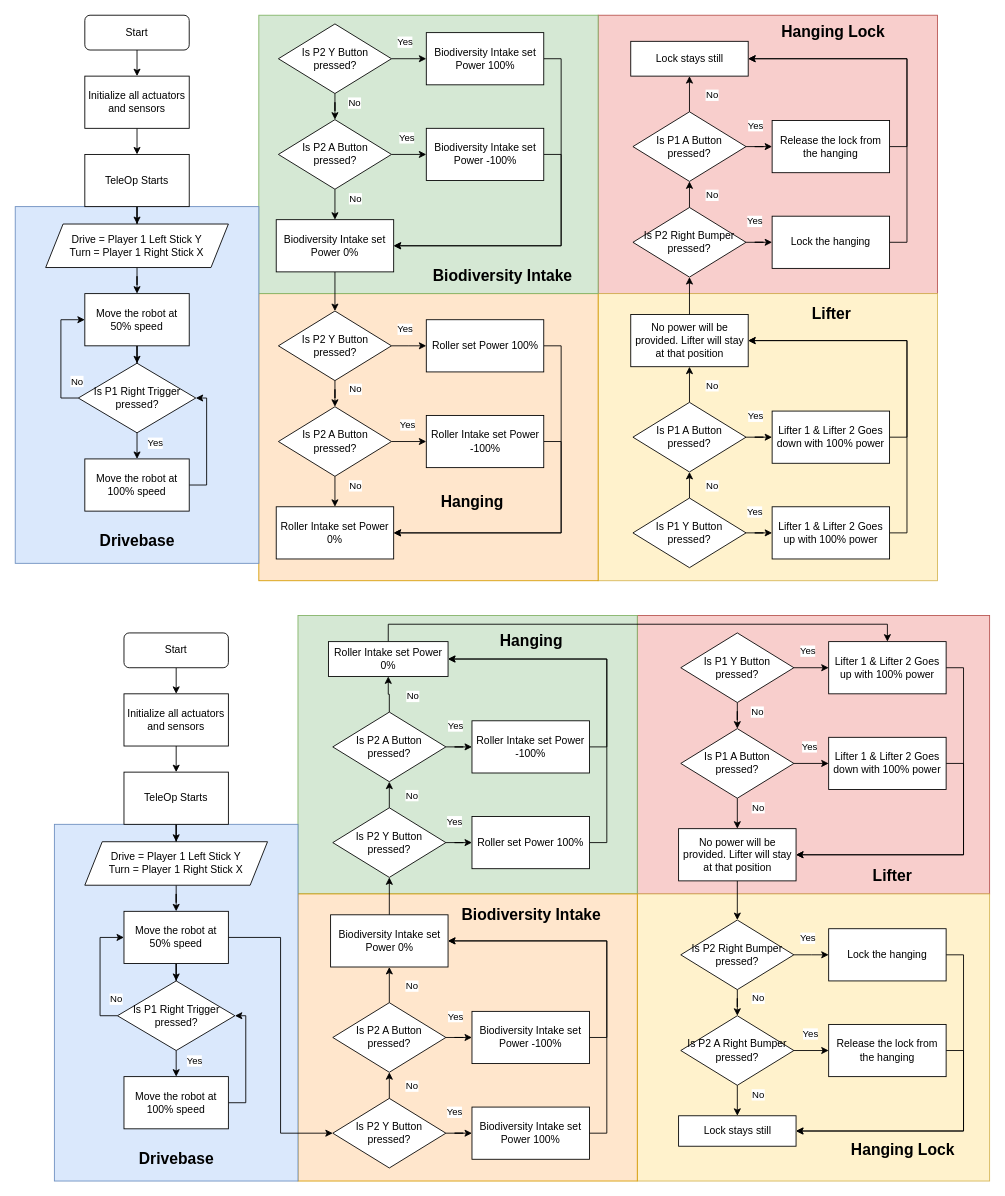
CoderAhza/FTC-FGC keeps this draw.io diagram as Untitled Diagram.drawio. Above is the earlier version. Source tidied: cells renumbered, new cells numbered last; positions are measured from the earlier drawing's top-left corner, leaving out a move shared by most shapes. Both pictures are drawn from the tidied source at 87%, with x=0, y=0 at pixel (15, 15).
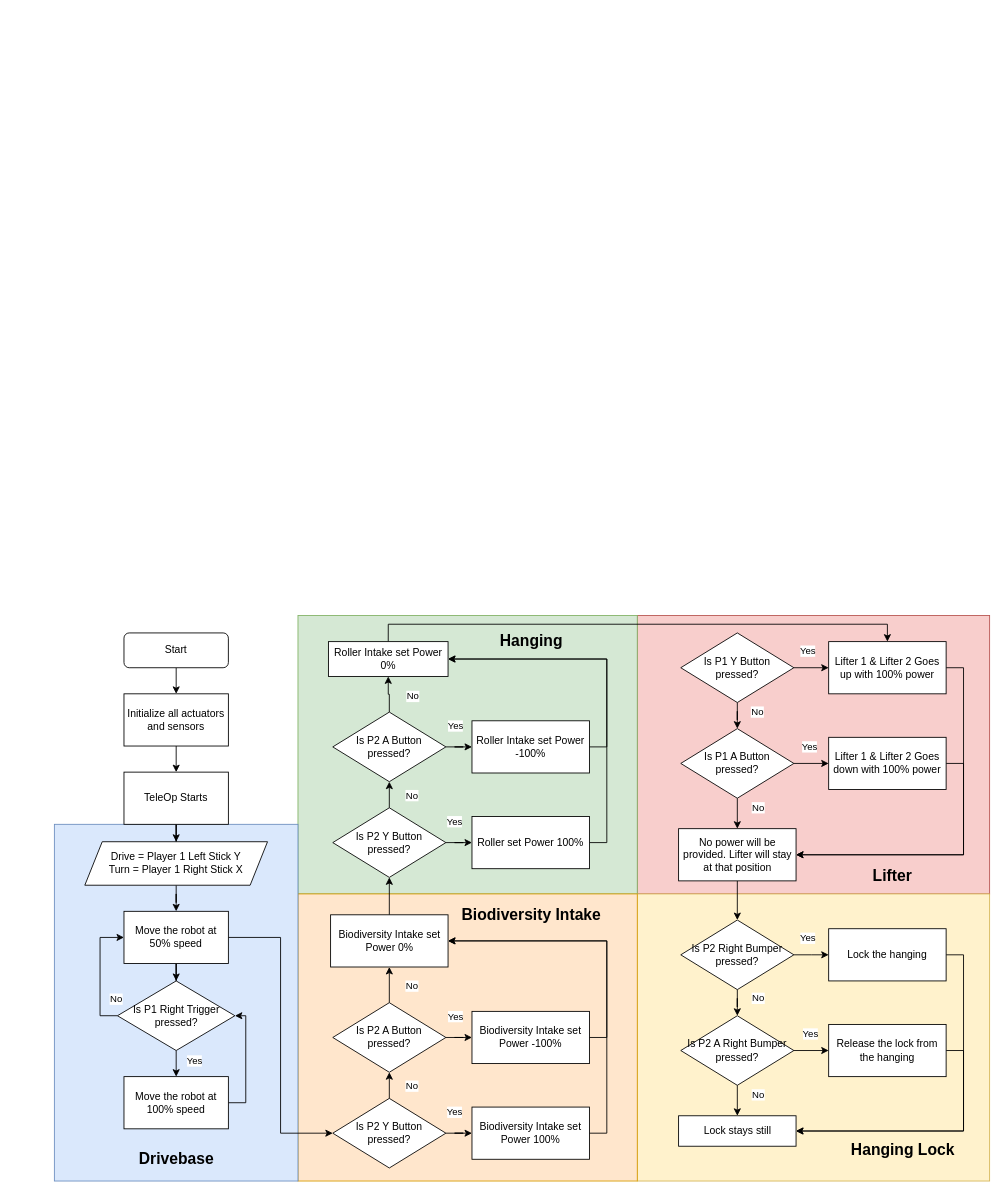
The same page after the edit.

Change to the diagram source:
```diff
@@
-    <mxCell id="4" style="rounded=0;whiteSpace=wrap;html=1;fillColor=#f8cecc;strokeColor=#b85450;" parent="1" vertex="1">
-      <mxGeometry x="670" width="390" height="320" as="geometry" />
-    </mxCell>
-    <mxCell id="5" style="rounded=0;whiteSpace=wrap;html=1;fillColor=#fff2cc;strokeColor=#d6b656;" parent="1" vertex="1">
-      <mxGeometry x="670" y="320" width="390" height="330" as="geometry" />
-    </mxCell>
-    <mxCell id="6" style="rounded=0;whiteSpace=wrap;html=1;fillColor=#ffe6cc;strokeColor=#d79b00;" parent="1" vertex="1">
-      <mxGeometry x="280" y="320" width="390" height="330" as="geometry" />
-    </mxCell>
-    <mxCell id="7" style="rounded=0;whiteSpace=wrap;html=1;fillColor=#d5e8d4;strokeColor=#82b366;" parent="1" vertex="1">
-      <mxGeometry x="280" width="390" height="320" as="geometry" />
-    </mxCell>
-    <mxCell id="8" style="rounded=0;whiteSpace=wrap;html=1;fillColor=#dae8fc;strokeColor=#6c8ebf;" parent="1" vertex="1">
-      <mxGeometry y="220" width="280" height="410" as="geometry" />
-    </mxCell>
-    <mxCell id="9" style="edgeStyle=orthogonalEdgeStyle;rounded=0;jettySize=auto;html=1;exitX=0.5;exitY=1;exitDx=0;exitDy=0;entryX=0.5;entryY=0;entryDx=0;entryDy=0;" parent="1" edge="1" source="10" target="12">
-      <mxGeometry relative="1" as="geometry" />
-    </mxCell>
-    <mxCell id="10" value="Start" style="rounded=1;whiteSpace=wrap;html=1;fontSize=12;glass=0;strokeWidth=1;shadow=0;" parent="1" vertex="1">
-      <mxGeometry x="80" width="120" height="40" as="geometry" />
-    </mxCell>
-    <mxCell id="11" style="edgeStyle=orthogonalEdgeStyle;rounded=0;jettySize=auto;html=1;exitX=0.5;exitY=1;exitDx=0;exitDy=0;entryX=0.5;entryY=0;entryDx=0;entryDy=0;" parent="1" edge="1" source="12" target="14">
-      <mxGeometry relative="1" as="geometry" />
-    </mxCell>
-    <mxCell id="12" value="Initialize all actuators and sensors" style="rounded=0;whiteSpace=wrap;html=1;" parent="1" vertex="1">
-      <mxGeometry x="80" y="70" width="120" height="60" as="geometry" />
-    </mxCell>
-    <mxCell id="13" style="edgeStyle=orthogonalEdgeStyle;rounded=0;jettySize=auto;html=1;exitX=0.5;exitY=1;exitDx=0;exitDy=0;" parent="1" edge="1" source="14" target="16">
-      <mxGeometry relative="1" as="geometry" />
-    </mxCell>
-    <mxCell id="14" value="TeleOp Starts" style="rounded=0;whiteSpace=wrap;html=1;" parent="1" vertex="1">
-      <mxGeometry x="80" y="160" width="120" height="60" as="geometry" />
-    </mxCell>
-    <mxCell id="15" style="edgeStyle=orthogonalEdgeStyle;rounded=0;jettySize=auto;html=1;exitX=0.5;exitY=1;exitDx=0;exitDy=0;" parent="1" edge="1" source="16" target="18">
-      <mxGeometry relative="1" as="geometry" />
-    </mxCell>
-    <mxCell id="16" value="Drive = Player 1 Left Stick Y&lt;div&gt;Turn = Player 1 Right Stick X&lt;/div&gt;" style="shape=parallelogram;perimeter=parallelogramPerimeter;whiteSpace=wrap;html=1;fixedSize=1;" parent="1" vertex="1">
-      <mxGeometry x="35" y="240" width="210" height="50" as="geometry" />
-    </mxCell>
-    <mxCell id="17" style="edgeStyle=orthogonalEdgeStyle;rounded=0;jettySize=auto;html=1;exitX=0.5;exitY=1;exitDx=0;exitDy=0;" parent="1" edge="1" source="18" target="25">
-      <mxGeometry relative="1" as="geometry" />
-    </mxCell>
-    <mxCell id="18" value="Move the robot at 50% speed" style="rounded=0;whiteSpace=wrap;html=1;" parent="1" vertex="1">
-      <mxGeometry x="80" y="320" width="120" height="60" as="geometry" />
-    </mxCell>
-    <mxCell id="19" style="edgeStyle=orthogonalEdgeStyle;rounded=0;jettySize=auto;html=1;exitX=1;exitY=0.5;exitDx=0;exitDy=0;entryX=1;entryY=0.5;entryDx=0;entryDy=0;" parent="1" edge="1" source="20" target="25">
-      <mxGeometry relative="1" as="geometry" />
-    </mxCell>
-    <mxCell id="20" value="Move the robot at 100% speed" style="rounded=0;whiteSpace=wrap;html=1;" parent="1" vertex="1">
-      <mxGeometry x="80" y="510" width="120" height="60" as="geometry" />
-    </mxCell>
-    <mxCell id="21" style="edgeStyle=orthogonalEdgeStyle;rounded=0;jettySize=auto;html=1;exitX=0;exitY=0.5;exitDx=0;exitDy=0;entryX=0;entryY=0.5;entryDx=0;entryDy=0;" parent="1" edge="1" source="25" target="18">
-      <mxGeometry relative="1" as="geometry" />
-    </mxCell>
-    <mxCell id="22" value="No" style="edgeLabel;html=1;align=center;verticalAlign=middle;" parent="21" vertex="1">
-      <mxGeometry x="-0.82" relative="1" as="geometry">
-        <mxPoint x="10" y="-20" as="offset" />
-      </mxGeometry>
-    </mxCell>
-    <mxCell id="23" style="edgeStyle=orthogonalEdgeStyle;rounded=0;jettySize=auto;html=1;exitX=0.5;exitY=1;exitDx=0;exitDy=0;entryX=0.5;entryY=0;entryDx=0;entryDy=0;" parent="1" edge="1" source="25" target="20">
-      <mxGeometry relative="1" as="geometry" />
-    </mxCell>
-    <mxCell id="24" value="Yes" style="edgeLabel;html=1;align=center;verticalAlign=middle;" parent="23" vertex="1">
-      <mxGeometry x="-0.26" y="1" relative="1" as="geometry">
-        <mxPoint x="19" as="offset" />
-      </mxGeometry>
-    </mxCell>
-    <mxCell id="25" value="Is P1 Right Trigger pressed?" style="rhombus;whiteSpace=wrap;html=1;" parent="1" vertex="1">
-      <mxGeometry x="72.5" y="400" width="135" height="80" as="geometry" />
-    </mxCell>
-    <mxCell id="26" style="edgeStyle=orthogonalEdgeStyle;rounded=0;jettySize=auto;html=1;exitX=1;exitY=0.5;exitDx=0;exitDy=0;entryX=0;entryY=0.5;entryDx=0;entryDy=0;" parent="1" edge="1" source="30" target="39">
-      <mxGeometry relative="1" as="geometry" />
-    </mxCell>
-    <mxCell id="27" value="Yes" style="edgeLabel;html=1;align=center;verticalAlign=middle;" parent="26" vertex="1">
-      <mxGeometry x="-0.23" y="-1" relative="1" as="geometry">
-        <mxPoint y="-21" as="offset" />
-      </mxGeometry>
-    </mxCell>
-    <mxCell id="28" style="edgeStyle=orthogonalEdgeStyle;rounded=0;jettySize=auto;html=1;exitX=0.5;exitY=1;exitDx=0;exitDy=0;" parent="1" edge="1" source="30" target="35">
-      <mxGeometry relative="1" as="geometry" />
-    </mxCell>
-    <mxCell id="29" value="No" style="edgeLabel;html=1;align=center;verticalAlign=middle;" parent="28" vertex="1">
-      <mxGeometry x="-0.8" relative="1" as="geometry">
-        <mxPoint x="22" y="5" as="offset" />
-      </mxGeometry>
-    </mxCell>
-    <mxCell id="30" value="Is P2 Y Button pressed?" style="rhombus;whiteSpace=wrap;html=1;" parent="1" vertex="1">
-      <mxGeometry x="302.5" y="10" width="130" height="80" as="geometry" />
-    </mxCell>
-    <mxCell id="31" style="edgeStyle=orthogonalEdgeStyle;rounded=0;jettySize=auto;html=1;exitX=1;exitY=0.5;exitDx=0;exitDy=0;entryX=0;entryY=0.5;entryDx=0;entryDy=0;" parent="1" edge="1" source="35" target="41">
-      <mxGeometry relative="1" as="geometry" />
-    </mxCell>
-    <mxCell id="32" value="Yes" style="edgeLabel;html=1;align=center;verticalAlign=middle;" parent="31" vertex="1">
-      <mxGeometry x="-0.65" y="3" relative="1" as="geometry">
-        <mxPoint x="10" y="-17" as="offset" />
-      </mxGeometry>
-    </mxCell>
-    <mxCell id="33" style="edgeStyle=orthogonalEdgeStyle;rounded=0;jettySize=auto;html=1;exitX=0.5;exitY=1;exitDx=0;exitDy=0;entryX=0.5;entryY=0;entryDx=0;entryDy=0;" parent="1" edge="1" source="35" target="37">
-      <mxGeometry relative="1" as="geometry" />
-    </mxCell>
-    <mxCell id="34" value="No" style="edgeLabel;html=1;align=center;verticalAlign=middle;" parent="33" vertex="1">
-      <mxGeometry x="-0.42" relative="1" as="geometry">
-        <mxPoint x="23" as="offset" />
-      </mxGeometry>
-    </mxCell>
-    <mxCell id="35" value="Is P2 A Button pressed?" style="rhombus;whiteSpace=wrap;html=1;" parent="1" vertex="1">
-      <mxGeometry x="302.5" y="120" width="130" height="80" as="geometry" />
-    </mxCell>
-    <mxCell id="36" style="edgeStyle=orthogonalEdgeStyle;rounded=0;jettySize=auto;html=1;exitX=0.5;exitY=1;exitDx=0;exitDy=0;entryX=0.5;entryY=0;entryDx=0;entryDy=0;" parent="1" edge="1" source="37" target="46">
-      <mxGeometry relative="1" as="geometry" />
-    </mxCell>
-    <mxCell id="37" value="Biodiversity Intake set Power 0%" style="rounded=0;whiteSpace=wrap;html=1;" parent="1" vertex="1">
-      <mxGeometry x="300" y="235" width="135" height="60" as="geometry" />
-    </mxCell>
-    <mxCell id="38" style="edgeStyle=orthogonalEdgeStyle;rounded=0;jettySize=auto;html=1;exitX=1;exitY=0.5;exitDx=0;exitDy=0;entryX=1;entryY=0.5;entryDx=0;entryDy=0;" parent="1" edge="1" source="39" target="37">
-      <mxGeometry relative="1" as="geometry" />
-    </mxCell>
-    <mxCell id="39" value="Biodiversity Intake set Power 100%" style="rounded=0;whiteSpace=wrap;html=1;" parent="1" vertex="1">
-      <mxGeometry x="472.5" y="20" width="135" height="60" as="geometry" />
-    </mxCell>
-    <mxCell id="40" style="edgeStyle=orthogonalEdgeStyle;rounded=0;jettySize=auto;html=1;exitX=1;exitY=0.5;exitDx=0;exitDy=0;entryX=1;entryY=0.5;entryDx=0;entryDy=0;" parent="1" edge="1" source="41" target="37">
-      <mxGeometry relative="1" as="geometry" />
-    </mxCell>
-    <mxCell id="41" value="Biodiversity Intake set Power -100%" style="rounded=0;whiteSpace=wrap;html=1;" parent="1" vertex="1">
-      <mxGeometry x="472.5" y="130" width="135" height="60" as="geometry" />
-    </mxCell>
-    <mxCell id="42" style="edgeStyle=orthogonalEdgeStyle;rounded=0;jettySize=auto;html=1;exitX=1;exitY=0.5;exitDx=0;exitDy=0;entryX=0;entryY=0.5;entryDx=0;entryDy=0;" parent="1" edge="1" source="46">
-      <mxGeometry relative="1" as="geometry">
-        <mxPoint x="472.5" y="380" as="targetPoint" />
-      </mxGeometry>
-    </mxCell>
-    <mxCell id="43" value="Yes" style="edgeLabel;html=1;align=center;verticalAlign=middle;" parent="42" vertex="1">
-      <mxGeometry x="-0.25" y="2" relative="1" as="geometry">
-        <mxPoint y="-18" as="offset" />
-      </mxGeometry>
-    </mxCell>
-    <mxCell id="44" style="edgeStyle=orthogonalEdgeStyle;rounded=0;jettySize=auto;html=1;exitX=0.5;exitY=1;exitDx=0;exitDy=0;" parent="1" edge="1" source="46" target="51">
-      <mxGeometry relative="1" as="geometry" />
-    </mxCell>
-    <mxCell id="45" value="No" style="edgeLabel;html=1;align=center;verticalAlign=middle;" parent="44" vertex="1">
-      <mxGeometry x="-0.66" y="-1" relative="1" as="geometry">
-        <mxPoint x="24" as="offset" />
-      </mxGeometry>
-    </mxCell>
-    <mxCell id="46" value="Is P2 Y Button pressed?" style="rhombus;whiteSpace=wrap;html=1;" parent="1" vertex="1">
-      <mxGeometry x="302.5" y="340" width="130" height="80" as="geometry" />
-    </mxCell>
-    <mxCell id="47" style="edgeStyle=orthogonalEdgeStyle;rounded=0;jettySize=auto;html=1;exitX=1;exitY=0.5;exitDx=0;exitDy=0;entryX=0;entryY=0.5;entryDx=0;entryDy=0;" parent="1" edge="1" source="51" target="55">
-      <mxGeometry relative="1" as="geometry" />
-    </mxCell>
-    <mxCell id="48" value="Yes" style="edgeLabel;html=1;align=center;verticalAlign=middle;" parent="47" vertex="1">
-      <mxGeometry x="-0.37" y="-1" relative="1" as="geometry">
-        <mxPoint x="5" y="-21" as="offset" />
-      </mxGeometry>
-    </mxCell>
-    <mxCell id="49" style="edgeStyle=orthogonalEdgeStyle;rounded=0;jettySize=auto;html=1;exitX=0.5;exitY=1;exitDx=0;exitDy=0;entryX=0.5;entryY=0;entryDx=0;entryDy=0;" parent="1" edge="1" source="51" target="52">
-      <mxGeometry relative="1" as="geometry" />
-    </mxCell>
-    <mxCell id="50" value="No" style="edgeLabel;html=1;align=center;verticalAlign=middle;" parent="49" vertex="1">
-      <mxGeometry x="-0.43" relative="1" as="geometry">
-        <mxPoint x="23" as="offset" />
-      </mxGeometry>
-    </mxCell>
-    <mxCell id="51" value="Is P2 A Button pressed?" style="rhombus;whiteSpace=wrap;html=1;" parent="1" vertex="1">
-      <mxGeometry x="302.5" y="450" width="130" height="80" as="geometry" />
-    </mxCell>
-    <mxCell id="52" value="Roller Intake set Power 0%" style="rounded=0;whiteSpace=wrap;html=1;" parent="1" vertex="1">
-      <mxGeometry x="300" y="565" width="135" height="60" as="geometry" />
-    </mxCell>
-    <mxCell id="53" style="edgeStyle=orthogonalEdgeStyle;rounded=0;jettySize=auto;html=1;exitX=1;exitY=0.5;exitDx=0;exitDy=0;entryX=1;entryY=0.5;entryDx=0;entryDy=0;" parent="1" edge="1" source="59" target="52">
-      <mxGeometry relative="1" as="geometry" />
-    </mxCell>
-    <mxCell id="54" style="edgeStyle=orthogonalEdgeStyle;rounded=0;jettySize=auto;html=1;exitX=1;exitY=0.5;exitDx=0;exitDy=0;entryX=1;entryY=0.5;entryDx=0;entryDy=0;" parent="1" edge="1" source="55" target="52">
-      <mxGeometry relative="1" as="geometry" />
-    </mxCell>
-    <mxCell id="55" value="Roller Intake set Power -100%" style="rounded=0;whiteSpace=wrap;html=1;" parent="1" vertex="1">
-      <mxGeometry x="472.5" y="460" width="135" height="60" as="geometry" />
-    </mxCell>
-    <mxCell id="56" value="&lt;b&gt;&lt;font style=&quot;font-size: 18px;&quot;&gt;Drivebase&lt;/font&gt;&lt;/b&gt;" style="text;html=1;align=center;verticalAlign=middle;strokeColor=none;fillColor=none;" parent="1" vertex="1">
-      <mxGeometry x="85" y="585" width="110" height="40" as="geometry" />
-    </mxCell>
-    <mxCell id="57" value="&lt;span style=&quot;font-size: 18px;&quot;&gt;&lt;b&gt;Biodiversity Intake&lt;/b&gt;&lt;/span&gt;" style="text;html=1;align=center;verticalAlign=middle;strokeColor=none;fillColor=none;" parent="1" vertex="1">
-      <mxGeometry x="470" y="280" width="180" height="40" as="geometry" />
-    </mxCell>
-    <mxCell id="58" style="edgeStyle=orthogonalEdgeStyle;rounded=0;jettySize=auto;html=1;exitX=1;exitY=0.5;exitDx=0;exitDy=0;entryX=1;entryY=0.5;entryDx=0;entryDy=0;" parent="1" edge="1" target="59">
-      <mxGeometry relative="1" as="geometry">
-        <mxPoint x="607.5" y="380" as="sourcePoint" />
-      </mxGeometry>
-    </mxCell>
-    <mxCell id="59" value="Roller set Power 100%" style="rounded=0;whiteSpace=wrap;html=1;" parent="1" vertex="1">
-      <mxGeometry x="472.5" y="350" width="135" height="60" as="geometry" />
-    </mxCell>
-    <mxCell id="60" value="&lt;span style=&quot;font-size: 18px;&quot;&gt;&lt;b&gt;Hanging&lt;/b&gt;&lt;/span&gt;" style="text;html=1;align=center;verticalAlign=middle;strokeColor=none;fillColor=none;" parent="1" vertex="1">
-      <mxGeometry x="475" y="540" width="100" height="40" as="geometry" />
-    </mxCell>
-    <mxCell id="61" style="edgeStyle=orthogonalEdgeStyle;rounded=0;jettySize=auto;html=1;exitX=1;exitY=0.5;exitDx=0;exitDy=0;" parent="1" edge="1" source="65" target="67">
-      <mxGeometry relative="1" as="geometry" />
-    </mxCell>
-    <mxCell id="62" value="Yes" style="edgeLabel;html=1;align=center;verticalAlign=middle;" parent="61" vertex="1">
-      <mxGeometry x="0.1" relative="1" as="geometry">
-        <mxPoint x="-3" y="-25" as="offset" />
-      </mxGeometry>
-    </mxCell>
-    <mxCell id="63" style="edgeStyle=orthogonalEdgeStyle;rounded=0;jettySize=auto;html=1;exitX=0.5;exitY=0;exitDx=0;exitDy=0;entryX=0.5;entryY=1;entryDx=0;entryDy=0;" parent="1" edge="1" source="65" target="72">
-      <mxGeometry relative="1" as="geometry" />
-    </mxCell>
-    <mxCell id="64" value="No" style="edgeLabel;html=1;align=center;verticalAlign=middle;" parent="63" vertex="1">
-      <mxGeometry x="-0.1" relative="1" as="geometry">
-        <mxPoint x="25" y="-1" as="offset" />
-      </mxGeometry>
-    </mxCell>
-    <mxCell id="65" value="Is P1 Y Button pressed?" style="rhombus;whiteSpace=wrap;html=1;" parent="1" vertex="1">
-      <mxGeometry x="710" y="555" width="130" height="80" as="geometry" />
-    </mxCell>
-    <mxCell id="66" style="edgeStyle=orthogonalEdgeStyle;rounded=0;jettySize=auto;html=1;exitX=1;exitY=0.5;exitDx=0;exitDy=0;entryX=1;entryY=0.5;entryDx=0;entryDy=0;" parent="1" edge="1" source="67" target="76">
-      <mxGeometry relative="1" as="geometry" />
-    </mxCell>
-    <mxCell id="67" value="Lifter 1 &amp;amp; Lifter 2 Goes up with 100% power" style="rounded=0;whiteSpace=wrap;html=1;" parent="1" vertex="1">
-      <mxGeometry x="870" y="565" width="135" height="60" as="geometry" />
-    </mxCell>
-    <mxCell id="68" style="edgeStyle=orthogonalEdgeStyle;rounded=0;jettySize=auto;html=1;" parent="1" edge="1" source="72" target="74">
-      <mxGeometry relative="1" as="geometry" />
-    </mxCell>
-    <mxCell id="69" value="Yes" style="edgeLabel;html=1;align=center;verticalAlign=middle;" parent="68" vertex="1">
-      <mxGeometry x="0.18" relative="1" as="geometry">
-        <mxPoint y="-25" as="offset" />
-      </mxGeometry>
-    </mxCell>
-    <mxCell id="70" style="edgeStyle=orthogonalEdgeStyle;rounded=0;jettySize=auto;html=1;exitX=0.5;exitY=0;exitDx=0;exitDy=0;entryX=0.5;entryY=1;entryDx=0;entryDy=0;" parent="1" edge="1" source="72" target="76">
-      <mxGeometry relative="1" as="geometry" />
-    </mxCell>
-    <mxCell id="71" value="No" style="edgeLabel;html=1;align=center;verticalAlign=middle;" parent="70" vertex="1">
-      <mxGeometry x="-0.02" y="2" relative="1" as="geometry">
-        <mxPoint x="27" as="offset" />
-      </mxGeometry>
-    </mxCell>
-    <mxCell id="72" value="Is P1 A Button pressed?" style="rhombus;whiteSpace=wrap;html=1;" parent="1" vertex="1">
-      <mxGeometry x="710" y="445" width="130" height="80" as="geometry" />
-    </mxCell>
-    <mxCell id="73" style="edgeStyle=orthogonalEdgeStyle;rounded=0;jettySize=auto;html=1;exitX=1;exitY=0.5;exitDx=0;exitDy=0;entryX=1;entryY=0.5;entryDx=0;entryDy=0;" parent="1" edge="1" source="74" target="76">
-      <mxGeometry relative="1" as="geometry" />
-    </mxCell>
-    <mxCell id="74" value="Lifter 1 &amp;amp; Lifter 2 Goes down with 100% power" style="rounded=0;whiteSpace=wrap;html=1;" parent="1" vertex="1">
-      <mxGeometry x="870" y="455" width="135" height="60" as="geometry" />
-    </mxCell>
-    <mxCell id="75" style="edgeStyle=orthogonalEdgeStyle;rounded=0;jettySize=auto;html=1;exitX=0.5;exitY=0;exitDx=0;exitDy=0;" parent="1" edge="1" source="76" target="82">
-      <mxGeometry relative="1" as="geometry" />
-    </mxCell>
-    <mxCell id="76" value="No power will be provided. Lifter will stay at that position" style="rounded=0;whiteSpace=wrap;html=1;" parent="1" vertex="1">
-      <mxGeometry x="707.5" y="344" width="135" height="60" as="geometry" />
-    </mxCell>
-    <mxCell id="77" value="&lt;span style=&quot;font-size: 18px;&quot;&gt;&lt;b&gt;Lifter&lt;/b&gt;&lt;/span&gt;" style="text;html=1;align=center;verticalAlign=middle;strokeColor=none;fillColor=none;" parent="1" vertex="1">
-      <mxGeometry x="902.5" y="324" width="70" height="40" as="geometry" />
-    </mxCell>
-    <mxCell id="78" style="edgeStyle=orthogonalEdgeStyle;rounded=0;jettySize=auto;html=1;exitX=1;exitY=0.5;exitDx=0;exitDy=0;" parent="1" edge="1" source="82" target="84">
-      <mxGeometry relative="1" as="geometry" />
-    </mxCell>
-    <mxCell id="79" value="Yes" style="edgeLabel;html=1;align=center;verticalAlign=middle;" parent="78" vertex="1">
-      <mxGeometry x="0.1" relative="1" as="geometry">
-        <mxPoint x="-3" y="-25" as="offset" />
-      </mxGeometry>
-    </mxCell>
-    <mxCell id="80" style="edgeStyle=orthogonalEdgeStyle;rounded=0;jettySize=auto;html=1;exitX=0.5;exitY=0;exitDx=0;exitDy=0;entryX=0.5;entryY=1;entryDx=0;entryDy=0;" parent="1" edge="1" source="82" target="89">
-      <mxGeometry relative="1" as="geometry" />
-    </mxCell>
-    <mxCell id="81" value="No" style="edgeLabel;html=1;align=center;verticalAlign=middle;" parent="80" vertex="1">
-      <mxGeometry x="-0.1" relative="1" as="geometry">
-        <mxPoint x="25" y="-1" as="offset" />
-      </mxGeometry>
-    </mxCell>
-    <mxCell id="82" value="Is P2 Right Bumper pressed?" style="rhombus;whiteSpace=wrap;html=1;" parent="1" vertex="1">
-      <mxGeometry x="710" y="221" width="130" height="80" as="geometry" />
-    </mxCell>
-    <mxCell id="83" style="edgeStyle=orthogonalEdgeStyle;rounded=0;jettySize=auto;html=1;exitX=1;exitY=0.5;exitDx=0;exitDy=0;entryX=1;entryY=0.5;entryDx=0;entryDy=0;" parent="1" edge="1" source="84" target="92">
-      <mxGeometry relative="1" as="geometry" />
-    </mxCell>
-    <mxCell id="84" value="Lock the hanging" style="rounded=0;whiteSpace=wrap;html=1;" parent="1" vertex="1">
-      <mxGeometry x="870" y="231" width="135" height="60" as="geometry" />
-    </mxCell>
-    <mxCell id="85" style="edgeStyle=orthogonalEdgeStyle;rounded=0;jettySize=auto;html=1;" parent="1" edge="1" source="89" target="91">
-      <mxGeometry relative="1" as="geometry" />
-    </mxCell>
-    <mxCell id="86" value="Yes" style="edgeLabel;html=1;align=center;verticalAlign=middle;" parent="85" vertex="1">
-      <mxGeometry x="0.18" relative="1" as="geometry">
-        <mxPoint y="-25" as="offset" />
-      </mxGeometry>
-    </mxCell>
-    <mxCell id="87" style="edgeStyle=orthogonalEdgeStyle;rounded=0;jettySize=auto;html=1;exitX=0.5;exitY=0;exitDx=0;exitDy=0;entryX=0.5;entryY=1;entryDx=0;entryDy=0;" parent="1" edge="1" source="89" target="92">
-      <mxGeometry relative="1" as="geometry" />
-    </mxCell>
-    <mxCell id="88" value="No" style="edgeLabel;html=1;align=center;verticalAlign=middle;" parent="87" vertex="1">
-      <mxGeometry x="-0.02" y="2" relative="1" as="geometry">
-        <mxPoint x="27" as="offset" />
-      </mxGeometry>
-    </mxCell>
-    <mxCell id="89" value="Is P1 A Button pressed?" style="rhombus;whiteSpace=wrap;html=1;" parent="1" vertex="1">
-      <mxGeometry x="710" y="111" width="130" height="80" as="geometry" />
-    </mxCell>
-    <mxCell id="90" style="edgeStyle=orthogonalEdgeStyle;rounded=0;jettySize=auto;html=1;exitX=1;exitY=0.5;exitDx=0;exitDy=0;entryX=1;entryY=0.5;entryDx=0;entryDy=0;" parent="1" edge="1" source="91" target="92">
-      <mxGeometry relative="1" as="geometry" />
-    </mxCell>
-    <mxCell id="91" value="Release the lock from the hanging" style="rounded=0;whiteSpace=wrap;html=1;" parent="1" vertex="1">
-      <mxGeometry x="870" y="121" width="135" height="60" as="geometry" />
-    </mxCell>
-    <mxCell id="92" value="Lock stays still" style="rounded=0;whiteSpace=wrap;html=1;" parent="1" vertex="1">
-      <mxGeometry x="707.5" y="30" width="135" height="40" as="geometry" />
-    </mxCell>
-    <mxCell id="93" value="&lt;span style=&quot;font-size: 18px;&quot;&gt;&lt;b&gt;Hanging Lock&lt;/b&gt;&lt;/span&gt;" style="text;html=1;align=center;verticalAlign=middle;strokeColor=none;fillColor=none;" parent="1" vertex="1">
-      <mxGeometry x="870" width="140" height="40" as="geometry" />
-    </mxCell>
```
